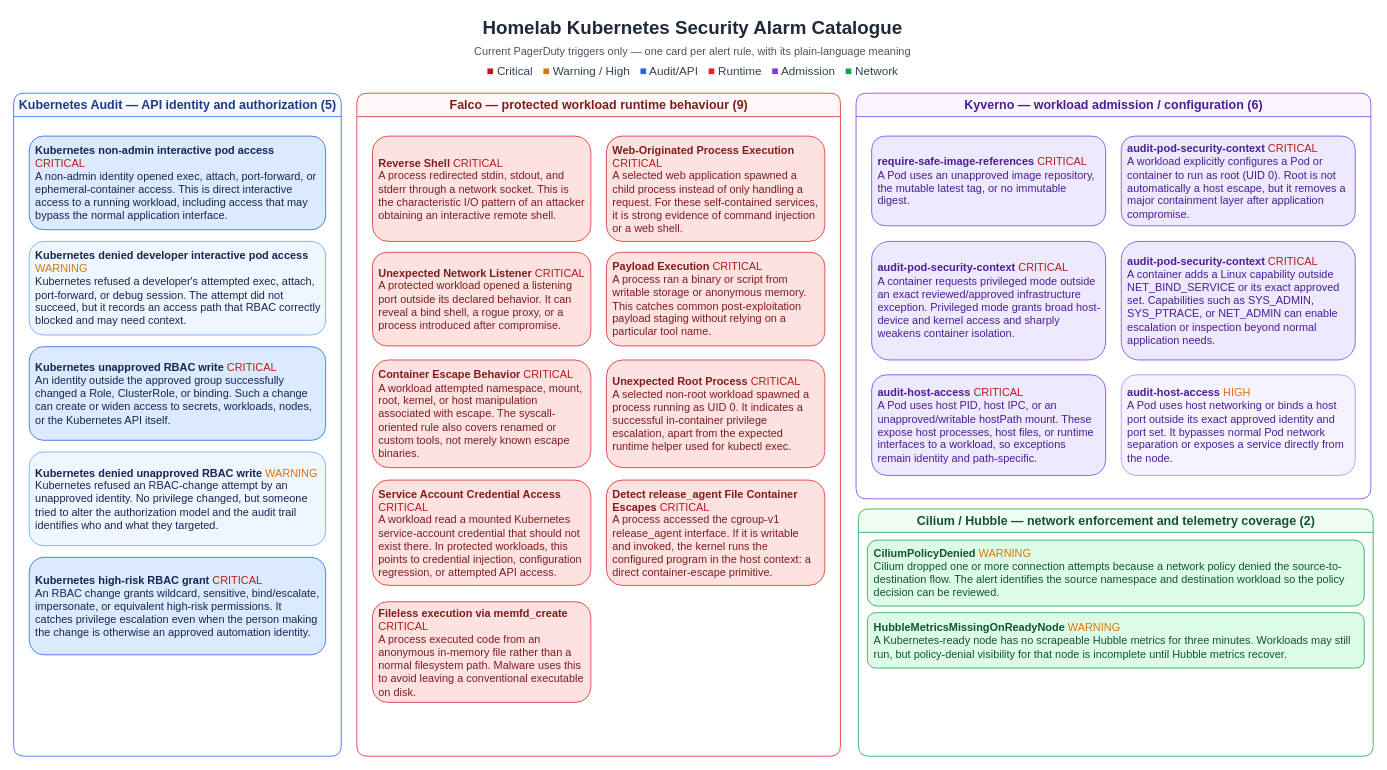
Above: visual/security-alarm-catalogue.drawio in EmrhT/ultimate-iac (draw.io), before the change. Source tidied: cells renumbered, new cells numbered last; positions are measured from the earlier drawing's top-left corner, leaving out a move shared by most shapes. Both pictures are drawn from the tidied source at 78%, with x=0, y=0 at pixel (13, 13).
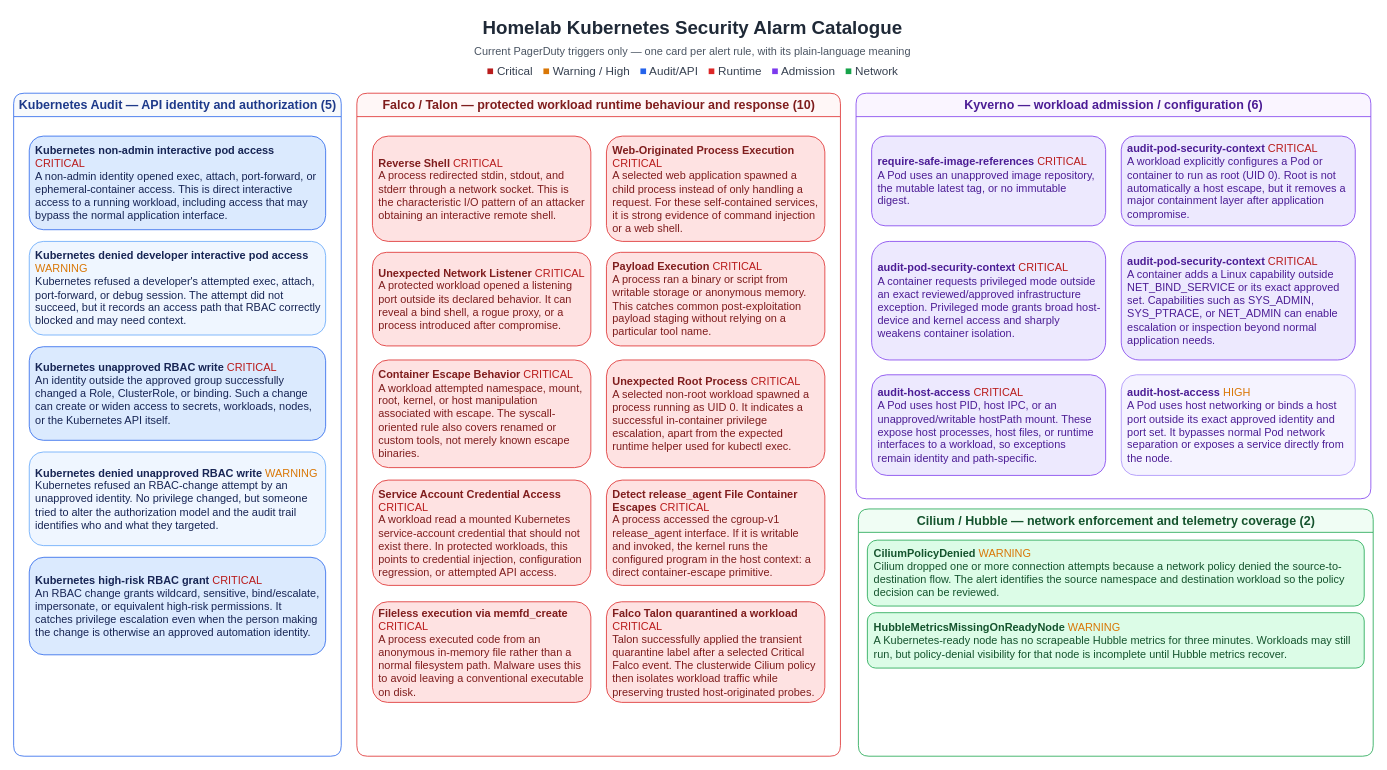
Above is the later version.

Commit message (it also covers changes not shown here):
update, security diagrams

The edit, as a diff of the source:
```diff
@@
-    <mxCell id="11" value="Falco — protected workload runtime behaviour (9)" style="swimlane;html=1;rounded=1;startSize=30;fillColor=#FFF7F7;strokeColor=#DC2626;fontStyle=1;fontColor=#7F1D1D;fontSize=16;" parent="1" vertex="1">
+    <mxCell id="11" value="Falco / Talon — protected workload runtime behaviour and response (10)" style="swimlane;html=1;rounded=1;startSize=30;fillColor=#FFF7F7;strokeColor=#DC2626;fontStyle=1;fontColor=#7F1D1D;fontSize=16;" parent="1" vertex="1">
       <mxGeometry x="440" y="102" width="620" height="850" as="geometry" />
     </mxCell>
@@
+    <mxCell id="31" value="&lt;b&gt;Falco Talon quarantined a workload&lt;/b&gt; &lt;font color=&quot;#B91C1C&quot;&gt;CRITICAL&lt;/font&gt;&lt;br&gt;&lt;font&gt;Talon successfully applied the transient quarantine label after a selected Critical Falco event. The clusterwide Cilium policy then isolates workload traffic while preserving trusted host-originated probes.&lt;/font&gt;" style="rounded=1;whiteSpace=wrap;html=1;fillColor=#FEE2E2;strokeColor=#DC2626;fontColor=#7F1D1D;align=left;spacing=8;fontSize=14;" parent="11" vertex="1">
+      <mxGeometry x="320" y="652" width="280" height="129" as="geometry" />
+    </mxCell>
```
